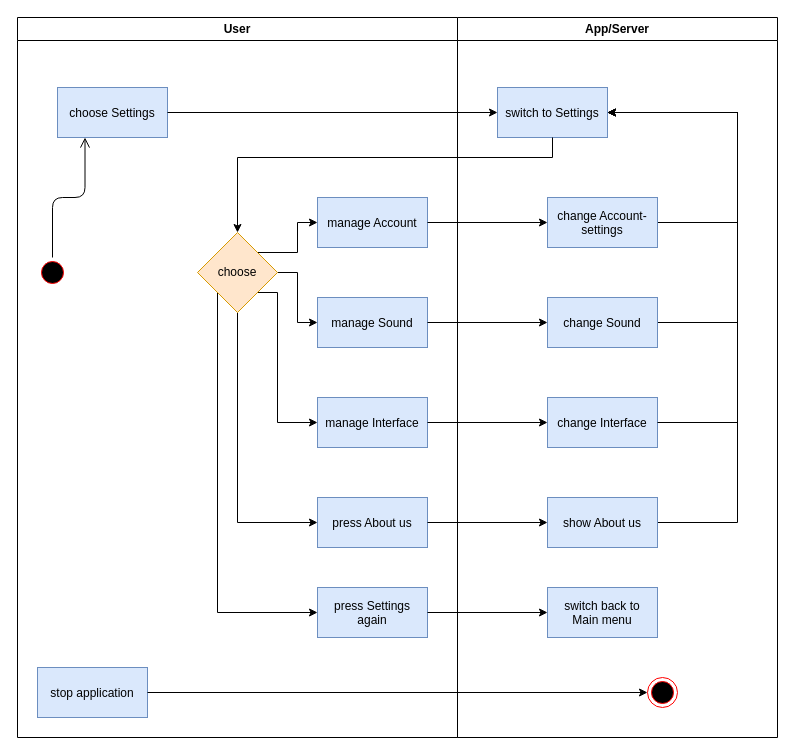
Above: documentation/Activity_dia_settings.drawio in GabrielBalzer/hypercasualgame (draw.io), before the change. Source tidied: cells renumbered, new cells numbered last; positions are measured from the earlier drawing's top-left corner, leaving out a move shared by most shapes. Both pictures are drawn from the tidied source at 100%, with x=0, y=0 at pixel (17, 17).
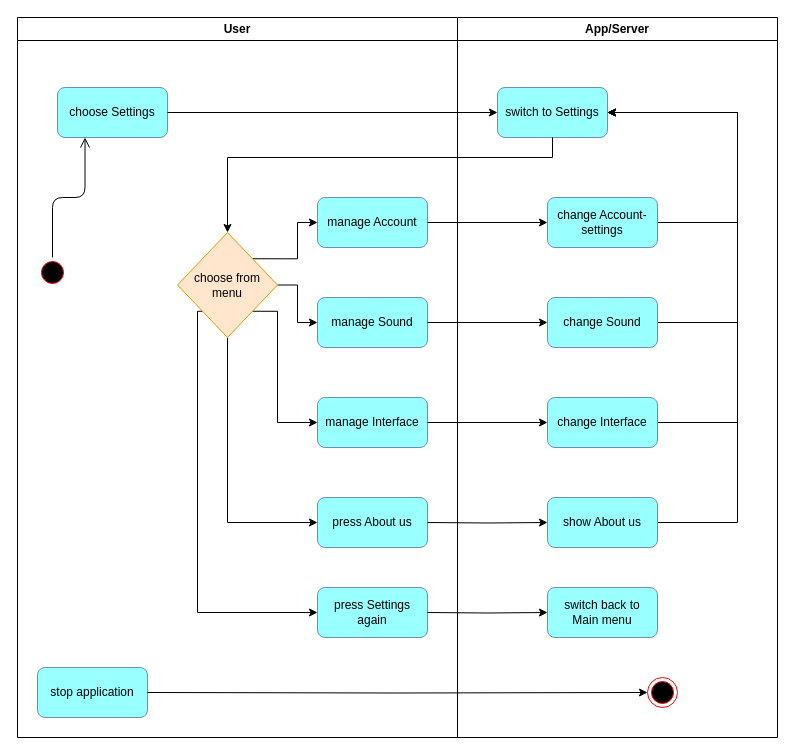
After the change.

Unchanged cells that the change refers to:
```xml
<mxCell id="2" value="User" style="swimlane;whiteSpace=wrap;startSize=23;" parent="1" vertex="1">
  <mxGeometry width="440" height="720" as="geometry" />
</mxCell>
<mxCell id="18" value="App/Server" style="swimlane;whiteSpace=wrap;" parent="1" vertex="1">
  <mxGeometry x="440" width="320" height="720" as="geometry" />
</mxCell>
```

What changed in the source:
```diff
@@
-    <mxCell id="3" value="choose Settings" style="fillColor=#dae8fc;strokeColor=#6c8ebf;" parent="2" vertex="1">
-      <mxGeometry x="40" y="70" width="110" height="50" as="geometry" />
-    </mxCell>
@@
     <mxCell id="6" style="edgeStyle=orthogonalEdgeStyle;rounded=0;jettySize=auto;html=1;exitX=1;exitY=1;exitDx=0;exitDy=0;entryX=0;entryY=0.5;entryDx=0;entryDy=0;" parent="2" edge="1" source="9" target="15">
       <mxGeometry relative="1" as="geometry">
         <Array as="points">
-          <mxPoint x="260" y="275" />
+          <mxPoint x="260" y="294" />
           <mxPoint x="260" y="405" />
         </Array>
       </mxGeometry>
     </mxCell>
@@
     <mxCell id="8" style="edgeStyle=orthogonalEdgeStyle;rounded=0;jettySize=auto;html=1;exitX=0;exitY=1;exitDx=0;exitDy=0;entryX=0;entryY=0.5;entryDx=0;entryDy=0;" parent="2" edge="1" source="9" target="17">
       <mxGeometry relative="1" as="geometry">
         <Array as="points">
-          <mxPoint x="200" y="595" />
+          <mxPoint x="180" y="294" />
+          <mxPoint x="180" y="595" />
         </Array>
       </mxGeometry>
     </mxCell>
-    <mxCell id="9" value="choose" style="rhombus;whiteSpace=wrap;html=1;fillColor=#ffe6cc;strokeColor=#d79b00;" parent="2" vertex="1">
-      <mxGeometry x="180" y="215" width="80" height="80" as="geometry" />
+    <mxCell id="9" value="choose from menu" style="rhombus;whiteSpace=wrap;html=1;fillColor=#ffe6cc;strokeColor=#d79b00;" parent="2" vertex="1">
+      <mxGeometry x="160" y="215" width="100" height="105" as="geometry" />
     </mxCell>
@@
+    <mxCell id="3" value="choose Settings" style="rounded=1;whiteSpace=wrap;html=1;fillColor=#99FFFF;strokeColor=#6c8ebf;" parent="2" vertex="1">
+      <mxGeometry x="40" y="70" width="110" height="50" as="geometry" />
+    </mxCell>
-    <mxCell id="12" value="stop application" style="fillColor=#dae8fc;strokeColor=#6c8ebf;" parent="2" vertex="1">
+    <mxCell id="12" value="stop application" style="rounded=1;whiteSpace=wrap;html=1;fillColor=#99FFFF;strokeColor=#6c8ebf;" parent="2" vertex="1">
       <mxGeometry x="20" y="650" width="110" height="50" as="geometry" />
     </mxCell>
-    <mxCell id="13" value="manage Account" style="fillColor=#dae8fc;strokeColor=#6c8ebf;" parent="2" vertex="1">
+    <mxCell id="13" value="manage Account" style="rounded=1;whiteSpace=wrap;html=1;fillColor=#99FFFF;strokeColor=#6c8ebf;" parent="2" vertex="1">
       <mxGeometry x="300" y="180" width="110" height="50" as="geometry" />
     </mxCell>
-    <mxCell id="14" value="manage Sound" style="fillColor=#dae8fc;strokeColor=#6c8ebf;" parent="2" vertex="1">
+    <mxCell id="14" value="manage Sound" style="rounded=1;whiteSpace=wrap;html=1;fillColor=#99FFFF;strokeColor=#6c8ebf;" parent="2" vertex="1">
       <mxGeometry x="300" y="280" width="110" height="50" as="geometry" />
     </mxCell>
-    <mxCell id="15" value="manage Interface" style="fillColor=#dae8fc;strokeColor=#6c8ebf;" parent="2" vertex="1">
+    <mxCell id="15" value="manage Interface" style="rounded=1;whiteSpace=wrap;html=1;fillColor=#99FFFF;strokeColor=#6c8ebf;" parent="2" vertex="1">
       <mxGeometry x="300" y="380" width="110" height="50" as="geometry" />
     </mxCell>
-    <mxCell id="16" value="press About us" style="fillColor=#dae8fc;strokeColor=#6c8ebf;" parent="2" vertex="1">
+    <mxCell id="16" value="press About us" style="rounded=1;whiteSpace=wrap;html=1;fillColor=#99FFFF;strokeColor=#6c8ebf;" parent="2" vertex="1">
       <mxGeometry x="300" y="480" width="110" height="50" as="geometry" />
     </mxCell>
-    <mxCell id="17" value="press Settings&#10;again" style="fillColor=#dae8fc;strokeColor=#6c8ebf;" parent="2" vertex="1">
+    <mxCell id="17" value="press Settings again" style="rounded=1;whiteSpace=wrap;html=1;fillColor=#99FFFF;strokeColor=#6c8ebf;" parent="2" vertex="1">
       <mxGeometry x="300" y="570" width="110" height="50" as="geometry" />
     </mxCell>
@@
-    <mxCell id="19" style="edgeStyle=orthogonalEdgeStyle;rounded=0;jettySize=auto;html=1;exitX=1;exitY=0.5;exitDx=0;exitDy=0;entryX=1;entryY=0.5;entryDx=0;entryDy=0;" parent="18" edge="1" source="20" target="22">
+    <mxCell id="19" style="edgeStyle=orthogonalEdgeStyle;rounded=0;orthogonalLoop=1;jettySize=auto;html=1;exitX=1;exitY=0.5;exitDx=0;exitDy=0;entryX=1;entryY=0.5;entryDx=0;entryDy=0;" parent="18" edge="1">
       <mxGeometry relative="1" as="geometry">
+        <mxPoint x="200" y="305" as="sourcePoint" />
+        <mxPoint x="150" y="95" as="targetPoint" />
         <Array as="points">
           <mxPoint x="280" y="305" />
           <mxPoint x="280" y="95" />
         </Array>
       </mxGeometry>
     </mxCell>
+    <mxCell id="21" style="ellipse;html=1;shape=endState;fillColor=#000000;strokeColor=#ff0000;" parent="18" vertex="1">
+      <mxGeometry x="190" y="660" width="30" height="30" as="geometry" />
+    </mxCell>
+    <mxCell id="23" style="edgeStyle=orthogonalEdgeStyle;rounded=0;orthogonalLoop=1;jettySize=auto;html=1;exitX=1;exitY=0.5;exitDx=0;exitDy=0;entryX=1;entryY=0.5;entryDx=0;entryDy=0;" parent="18" edge="1">
+      <mxGeometry relative="1" as="geometry">
+        <mxPoint x="200" y="205" as="sourcePoint" />
+        <mxPoint x="150" y="95" as="targetPoint" />
+        <Array as="points">
+          <mxPoint x="280" y="205" />
+          <mxPoint x="280" y="95" />
+        </Array>
+      </mxGeometry>
+    </mxCell>
+    <mxCell id="26" style="edgeStyle=orthogonalEdgeStyle;rounded=0;orthogonalLoop=1;jettySize=auto;html=1;exitX=1;exitY=0.5;exitDx=0;exitDy=0;entryX=1;entryY=0.5;entryDx=0;entryDy=0;" parent="18" edge="1">
+      <mxGeometry relative="1" as="geometry">
+        <mxPoint x="200" y="505" as="sourcePoint" />
+        <mxPoint x="150" y="95" as="targetPoint" />
+        <Array as="points">
+          <mxPoint x="280" y="505" />
+          <mxPoint x="280" y="95" />
+        </Array>
+      </mxGeometry>
+    </mxCell>
+    <mxCell id="29" style="edgeStyle=orthogonalEdgeStyle;rounded=0;orthogonalLoop=1;jettySize=auto;html=1;exitX=1;exitY=0.5;exitDx=0;exitDy=0;entryX=1;entryY=0.5;entryDx=0;entryDy=0;" parent="18" edge="1">
+      <mxGeometry relative="1" as="geometry">
+        <mxPoint x="200" y="405" as="sourcePoint" />
+        <mxPoint x="150" y="95" as="targetPoint" />
+        <Array as="points">
+          <mxPoint x="280" y="405" />
+          <mxPoint x="280" y="95" />
+        </Array>
+      </mxGeometry>
+    </mxCell>
+    <mxCell id="22" value="switch to Settings" style="rounded=1;whiteSpace=wrap;html=1;fillColor=#99FFFF;strokeColor=#6c8ebf;" parent="18" vertex="1">
+      <mxGeometry x="40" y="70" width="110" height="50" as="geometry" />
+    </mxCell>
+    <mxCell id="38" value="&lt;div&gt;change Account-settings&lt;/div&gt;" style="rounded=1;whiteSpace=wrap;html=1;fillColor=#99FFFF;strokeColor=#6c8ebf;" parent="18" vertex="1">
+      <mxGeometry x="90" y="180" width="110" height="50" as="geometry" />
+    </mxCell>
-    <mxCell id="20" value="change Sound" style="fillColor=#dae8fc;strokeColor=#6c8ebf;" parent="18" vertex="1">
+    <mxCell id="20" value="&lt;div&gt;change Sound&lt;/div&gt;" style="rounded=1;whiteSpace=wrap;html=1;fillColor=#99FFFF;strokeColor=#6c8ebf;" parent="18" vertex="1">
       <mxGeometry x="90" y="280" width="110" height="50" as="geometry" />
     </mxCell>
-    <mxCell id="21" style="ellipse;html=1;shape=endState;fillColor=#000000;strokeColor=#ff0000;" parent="18" vertex="1">
-      <mxGeometry x="190" y="660" width="30" height="30" as="geometry" />
-    </mxCell>
-    <mxCell id="22" value="switch to Settings" style="fillColor=#dae8fc;strokeColor=#6c8ebf;" parent="18" vertex="1">
-      <mxGeometry x="40" y="70" width="110" height="50" as="geometry" />
-    </mxCell>
-    <mxCell id="23" style="edgeStyle=orthogonalEdgeStyle;rounded=0;jettySize=auto;html=1;exitX=1;exitY=0.5;exitDx=0;exitDy=0;entryX=1;entryY=0.5;entryDx=0;entryDy=0;" parent="18" edge="1" source="24" target="22">
-      <mxGeometry relative="1" as="geometry">
-        <Array as="points">
-          <mxPoint x="280" y="205" />
-          <mxPoint x="280" y="95" />
-        </Array>
-      </mxGeometry>
-    </mxCell>
-    <mxCell id="24" value="change Account-&#10;settings" style="fillColor=#dae8fc;strokeColor=#6c8ebf;" parent="18" vertex="1">
-      <mxGeometry x="90" y="180" width="110" height="50" as="geometry" />
-    </mxCell>
-    <mxCell id="25" value="change Interface" style="fillColor=#dae8fc;strokeColor=#6c8ebf;" parent="18" vertex="1">
+    <mxCell id="25" value="&lt;div&gt;change Interface&lt;/div&gt;" style="rounded=1;whiteSpace=wrap;html=1;fillColor=#99FFFF;strokeColor=#6c8ebf;" parent="18" vertex="1">
       <mxGeometry x="90" y="380" width="110" height="50" as="geometry" />
     </mxCell>
-    <mxCell id="26" style="edgeStyle=orthogonalEdgeStyle;rounded=0;jettySize=auto;html=1;exitX=1;exitY=0.5;exitDx=0;exitDy=0;entryX=1;entryY=0.5;entryDx=0;entryDy=0;" parent="18" edge="1" source="27" target="22">
-      <mxGeometry relative="1" as="geometry">
-        <Array as="points">
-          <mxPoint x="280" y="505" />
-          <mxPoint x="280" y="95" />
-        </Array>
-      </mxGeometry>
-    </mxCell>
-    <mxCell id="27" value="show About us" style="fillColor=#dae8fc;strokeColor=#6c8ebf;" parent="18" vertex="1">
+    <mxCell id="27" value="show About us" style="rounded=1;whiteSpace=wrap;html=1;fillColor=#99FFFF;strokeColor=#6c8ebf;" parent="18" vertex="1">
       <mxGeometry x="90" y="480" width="110" height="50" as="geometry" />
     </mxCell>
-    <mxCell id="28" value="switch back to &#10;Main menu" style="fillColor=#dae8fc;strokeColor=#6c8ebf;" parent="18" vertex="1">
+    <mxCell id="28" value="&lt;div&gt;switch back to &lt;br&gt;&lt;/div&gt;&lt;div&gt;Main menu&lt;/div&gt;" style="rounded=1;whiteSpace=wrap;html=1;fillColor=#99FFFF;strokeColor=#6c8ebf;" parent="18" vertex="1">
       <mxGeometry x="90" y="570" width="110" height="50" as="geometry" />
     </mxCell>
-    <mxCell id="29" style="edgeStyle=orthogonalEdgeStyle;rounded=0;jettySize=auto;html=1;exitX=1;exitY=0.5;exitDx=0;exitDy=0;entryX=1;entryY=0.5;entryDx=0;entryDy=0;" parent="18" edge="1" source="25" target="22">
-      <mxGeometry relative="1" as="geometry">
-        <Array as="points">
-          <mxPoint x="280" y="405" />
-          <mxPoint x="280" y="95" />
-        </Array>
-      </mxGeometry>
-    </mxCell>
-    <mxCell id="30" style="edgeStyle=orthogonalEdgeStyle;rounded=0;jettySize=auto;html=1;exitX=1;exitY=0.5;exitDx=0;exitDy=0;entryX=0;entryY=0.5;entryDx=0;entryDy=0;strokeColor=#000000;" parent="1" edge="1" source="12" target="21">
-      <mxGeometry relative="1" as="geometry" />
+    <mxCell id="30" style="edgeStyle=orthogonalEdgeStyle;rounded=0;jettySize=auto;html=1;exitX=1;exitY=0.5;exitDx=0;exitDy=0;entryX=0;entryY=0.5;entryDx=0;entryDy=0;strokeColor=#000000;" parent="1" edge="1" target="21">
+      <mxGeometry relative="1" as="geometry">
+        <mxPoint x="130" y="675" as="sourcePoint" />
+      </mxGeometry>
     </mxCell>
-    <mxCell id="31" style="edgeStyle=orthogonalEdgeStyle;rounded=0;jettySize=auto;html=1;exitX=1;exitY=0.5;exitDx=0;exitDy=0;entryX=0;entryY=0.5;entryDx=0;entryDy=0;" parent="1" edge="1" source="3" target="22">
-      <mxGeometry relative="1" as="geometry" />
+    <mxCell id="31" style="edgeStyle=orthogonalEdgeStyle;rounded=0;orthogonalLoop=1;jettySize=auto;html=1;entryX=0;entryY=0.5;entryDx=0;entryDy=0;" parent="1" edge="1">
+      <mxGeometry relative="1" as="geometry">
+        <mxPoint x="150" y="95" as="sourcePoint" />
+        <mxPoint x="480" y="95" as="targetPoint" />
+      </mxGeometry>
     </mxCell>
-    <mxCell id="32" style="edgeStyle=orthogonalEdgeStyle;rounded=0;jettySize=auto;html=1;exitX=0.5;exitY=1;exitDx=0;exitDy=0;entryX=0.5;entryY=0;entryDx=0;entryDy=0;" parent="1" edge="1" source="22" target="9">
+    <mxCell id="32" style="edgeStyle=orthogonalEdgeStyle;rounded=0;jettySize=auto;html=1;exitX=0.5;exitY=1;exitDx=0;exitDy=0;entryX=0.5;entryY=0;entryDx=0;entryDy=0;" parent="1" edge="1" target="9">
       <mxGeometry relative="1" as="geometry">
+        <mxPoint x="535" y="120" as="sourcePoint" />
         <Array as="points">
           <mxPoint x="535" y="140" />
-          <mxPoint x="220" y="140" />
+          <mxPoint x="210" y="140" />
         </Array>
       </mxGeometry>
     </mxCell>
-    <mxCell id="33" style="edgeStyle=orthogonalEdgeStyle;rounded=0;jettySize=auto;html=1;exitX=1;exitY=0.5;exitDx=0;exitDy=0;entryX=0;entryY=0.5;entryDx=0;entryDy=0;" parent="1" edge="1" source="14" target="20">
-      <mxGeometry relative="1" as="geometry" />
+    <mxCell id="33" style="edgeStyle=orthogonalEdgeStyle;rounded=0;orthogonalLoop=1;jettySize=auto;html=1;exitX=1;exitY=0.5;exitDx=0;exitDy=0;entryX=0;entryY=0.5;entryDx=0;entryDy=0;" parent="1" edge="1">
+      <mxGeometry relative="1" as="geometry">
+        <mxPoint x="410" y="305" as="sourcePoint" />
+        <mxPoint x="530" y="305" as="targetPoint" />
+      </mxGeometry>
     </mxCell>
-    <mxCell id="34" style="edgeStyle=orthogonalEdgeStyle;rounded=0;jettySize=auto;html=1;exitX=1;exitY=0.5;exitDx=0;exitDy=0;entryX=0;entryY=0.5;entryDx=0;entryDy=0;" parent="1" edge="1" source="13" target="24">
-      <mxGeometry relative="1" as="geometry" />
+    <mxCell id="34" style="edgeStyle=orthogonalEdgeStyle;rounded=0;orthogonalLoop=1;jettySize=auto;html=1;exitX=1;exitY=0.5;exitDx=0;exitDy=0;entryX=0;entryY=0.5;entryDx=0;entryDy=0;" parent="1" edge="1">
+      <mxGeometry relative="1" as="geometry">
+        <mxPoint x="410" y="205" as="sourcePoint" />
+        <mxPoint x="530" y="205" as="targetPoint" />
+      </mxGeometry>
     </mxCell>
-    <mxCell id="35" style="edgeStyle=orthogonalEdgeStyle;rounded=0;jettySize=auto;html=1;exitX=1;exitY=0.5;exitDx=0;exitDy=0;entryX=0;entryY=0.5;entryDx=0;entryDy=0;" parent="1" edge="1" source="15" target="25">
-      <mxGeometry relative="1" as="geometry" />
+    <mxCell id="35" style="edgeStyle=orthogonalEdgeStyle;rounded=0;orthogonalLoop=1;jettySize=auto;html=1;exitX=1;exitY=0.5;exitDx=0;exitDy=0;entryX=0;entryY=0.5;entryDx=0;entryDy=0;" parent="1" edge="1">
+      <mxGeometry relative="1" as="geometry">
+        <mxPoint x="410" y="405" as="sourcePoint" />
+        <mxPoint x="530" y="405" as="targetPoint" />
+      </mxGeometry>
     </mxCell>
-    <mxCell id="36" style="edgeStyle=orthogonalEdgeStyle;rounded=0;jettySize=auto;html=1;exitX=1;exitY=0.5;exitDx=0;exitDy=0;entryX=0;entryY=0.5;entryDx=0;entryDy=0;" parent="1" edge="1" source="16" target="27">
-      <mxGeometry relative="1" as="geometry" />
+    <mxCell id="36" style="edgeStyle=orthogonalEdgeStyle;rounded=0;jettySize=auto;html=1;exitX=1;exitY=0.5;exitDx=0;exitDy=0;entryX=0;entryY=0.5;entryDx=0;entryDy=0;" parent="1" edge="1" target="27">
+      <mxGeometry relative="1" as="geometry">
+        <mxPoint x="410" y="505" as="sourcePoint" />
+      </mxGeometry>
     </mxCell>
-    <mxCell id="37" style="edgeStyle=orthogonalEdgeStyle;rounded=0;jettySize=auto;html=1;exitX=1;exitY=0.5;exitDx=0;exitDy=0;entryX=0;entryY=0.5;entryDx=0;entryDy=0;" parent="1" edge="1" source="17" target="28">
-      <mxGeometry relative="1" as="geometry" />
+    <mxCell id="37" style="edgeStyle=orthogonalEdgeStyle;rounded=0;jettySize=auto;html=1;exitX=1;exitY=0.5;exitDx=0;exitDy=0;entryX=0;entryY=0.5;entryDx=0;entryDy=0;" parent="1" edge="1" target="28">
+      <mxGeometry relative="1" as="geometry">
+        <mxPoint x="410" y="595" as="sourcePoint" />
+      </mxGeometry>
     </mxCell>
```
